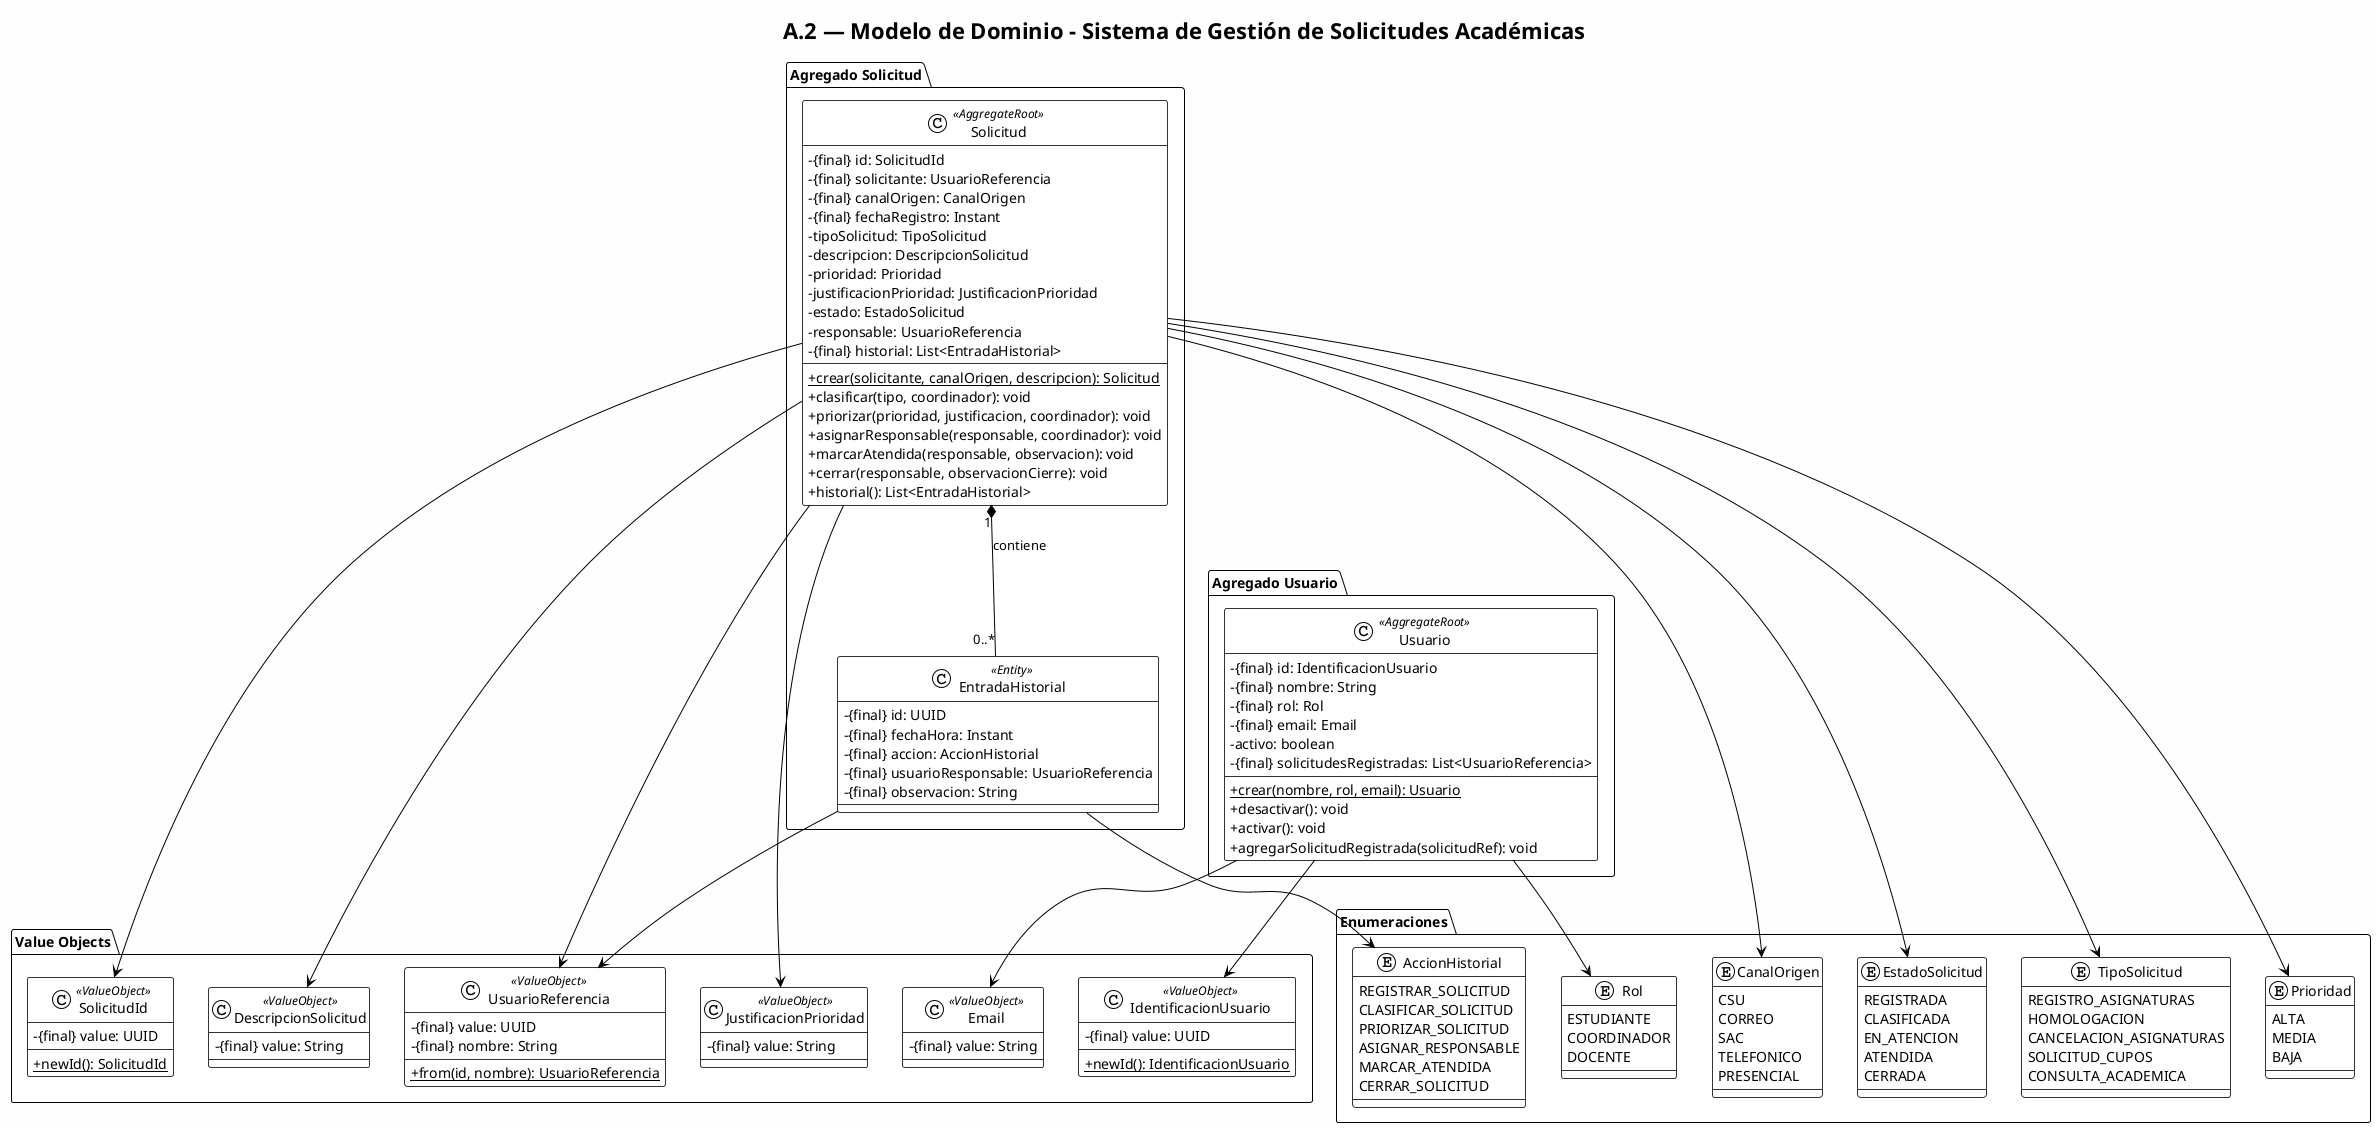
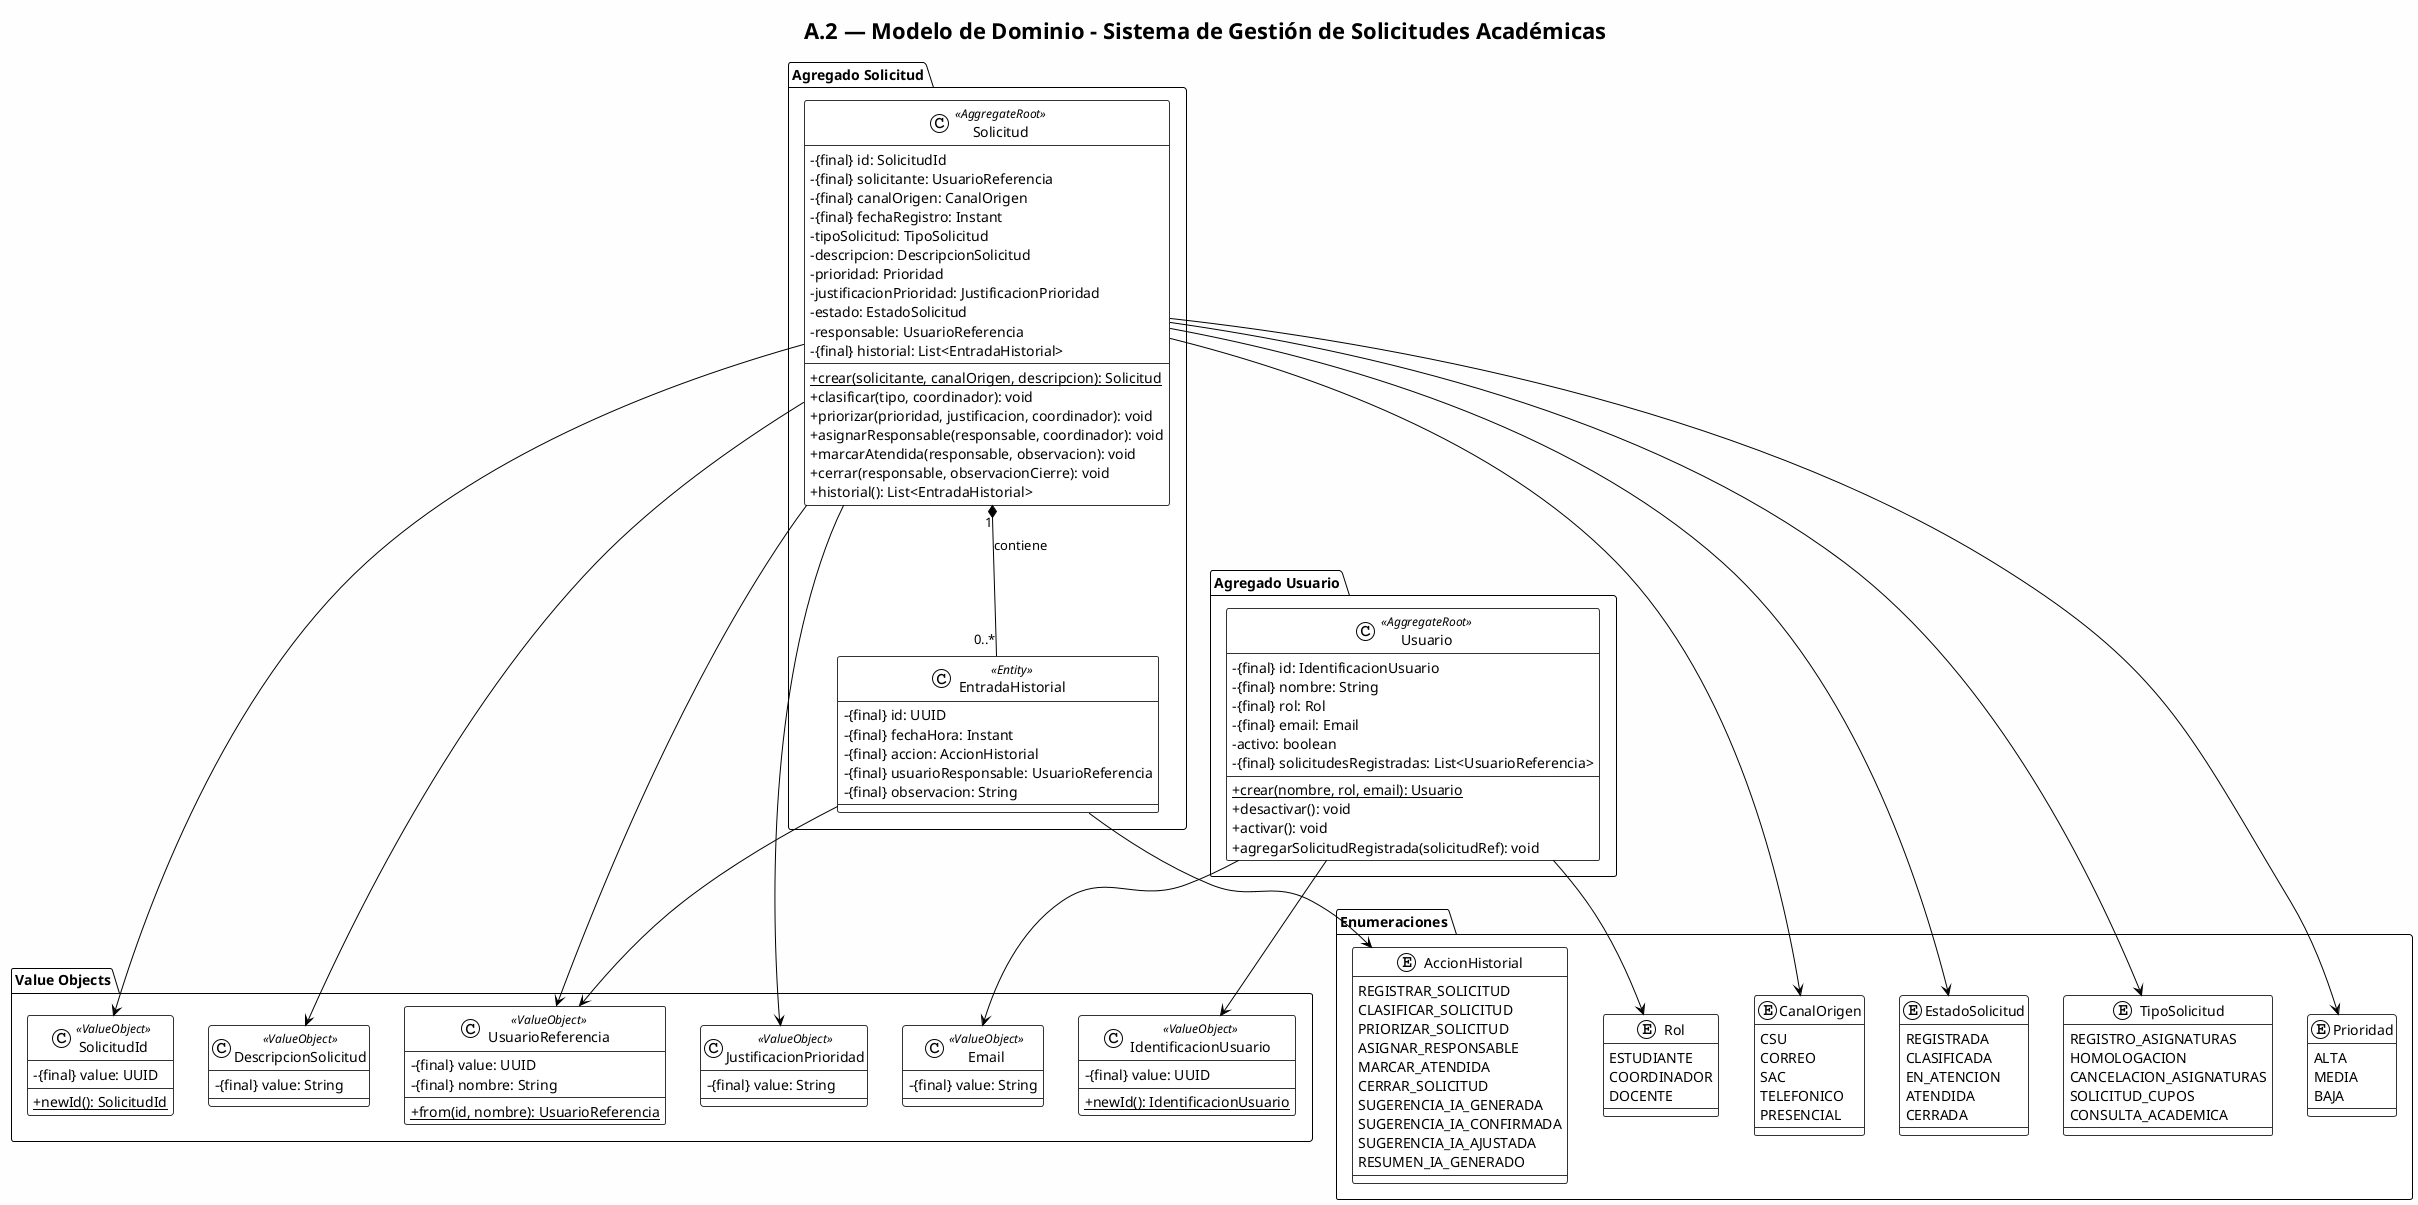
@startuml
!theme plain
skinparam backgroundColor #FEFEFE
skinparam classBackgroundColor #FFFFFF
skinparam classBorderColor #333333
skinparam classAttributeIconSize 0

title A.2 — Modelo de Dominio - Sistema de Gestión de Solicitudes Académicas

' ============ AGREGADO: SOLICITUD ============

package "Agregado Solicitud" {

    class Solicitud <<AggregateRoot>> {
        -{final} id: SolicitudId
        -{final} solicitante: UsuarioReferencia
        -{final} canalOrigen: CanalOrigen
        -{final} fechaRegistro: Instant
        -tipoSolicitud: TipoSolicitud
        -descripcion: DescripcionSolicitud
        -prioridad: Prioridad
        -justificacionPrioridad: JustificacionPrioridad
        -estado: EstadoSolicitud
        -responsable: UsuarioReferencia
        -{final} historial: List<EntradaHistorial>
        --
        +crear(solicitante, canalOrigen, descripcion): Solicitud {static}
        +clasificar(tipo, coordinador): void
        +priorizar(prioridad, justificacion, coordinador): void
        +asignarResponsable(responsable, coordinador): void
        +marcarAtendida(responsable, observacion): void
        +cerrar(responsable, observacionCierre): void
        +historial(): List<EntradaHistorial>
    }

    class EntradaHistorial <<Entity>> {
        -{final} id: UUID
        -{final} fechaHora: Instant
        -{final} accion: AccionHistorial
        -{final} usuarioResponsable: UsuarioReferencia
        -{final} observacion: String
    }

    Solicitud "1" *-- "0..*" EntradaHistorial : contiene
}

' ============ AGREGADO: USUARIO ============

package "Agregado Usuario" {

    class Usuario <<AggregateRoot>> {
        -{final} id: IdentificacionUsuario
        -{final} nombre: String
        -{final} rol: Rol
        -{final} email: Email
        -activo: boolean
        -{final} solicitudesRegistradas: List<UsuarioReferencia>
        --
        +crear(nombre, rol, email): Usuario {static}
        +desactivar(): void
        +activar(): void
        +agregarSolicitudRegistrada(solicitudRef): void
    }
}

' ============ VALUE OBJECTS ============

package "Value Objects" {

    class SolicitudId <<ValueObject>> {
        -{final} value: UUID
        --
        +newId(): SolicitudId {static}
    }

    class IdentificacionUsuario <<ValueObject>> {
        -{final} value: UUID
        --
        +newId(): IdentificacionUsuario {static}
    }

    class UsuarioReferencia <<ValueObject>> {
        -{final} value: UUID
        -{final} nombre: String
        --
        +from(id, nombre): UsuarioReferencia {static}
    }

    class Email <<ValueObject>> {
        -{final} value: String
    }

    class DescripcionSolicitud <<ValueObject>> {
        -{final} value: String
    }

    class JustificacionPrioridad <<ValueObject>> {
        -{final} value: String
    }
}

' ============ ENUMERACIONES ============

package "Enumeraciones" {

    enum EstadoSolicitud {
        REGISTRADA
        CLASIFICADA
        EN_ATENCION
        ATENDIDA
        CERRADA
    }

    enum TipoSolicitud {
        REGISTRO_ASIGNATURAS
        HOMOLOGACION
        CANCELACION_ASIGNATURAS
        SOLICITUD_CUPOS
        CONSULTA_ACADEMICA
    }

    enum Prioridad {
        ALTA
        MEDIA
        BAJA
    }

    enum CanalOrigen {
        CSU
        CORREO
        SAC
        TELEFONICO
        PRESENCIAL
    }

    enum Rol {
        ESTUDIANTE
        COORDINADOR
        DOCENTE
    }

    enum AccionHistorial {
        REGISTRAR_SOLICITUD
        CLASIFICAR_SOLICITUD
        PRIORIZAR_SOLICITUD
        ASIGNAR_RESPONSABLE
        MARCAR_ATENDIDA
        CERRAR_SOLICITUD
+         SUGERENCIA_IA_GENERADA
+         SUGERENCIA_IA_CONFIRMADA
+         SUGERENCIA_IA_AJUSTADA
+         RESUMEN_IA_GENERADO
    }
}

' ============ RELACIONES ============

Solicitud --> SolicitudId
Solicitud --> UsuarioReferencia
Solicitud --> CanalOrigen
Solicitud --> DescripcionSolicitud
Solicitud --> TipoSolicitud
Solicitud --> Prioridad
Solicitud --> JustificacionPrioridad
Solicitud --> EstadoSolicitud
EntradaHistorial --> AccionHistorial
EntradaHistorial --> UsuarioReferencia

Usuario --> IdentificacionUsuario
Usuario --> Rol
Usuario --> Email

@enduml
